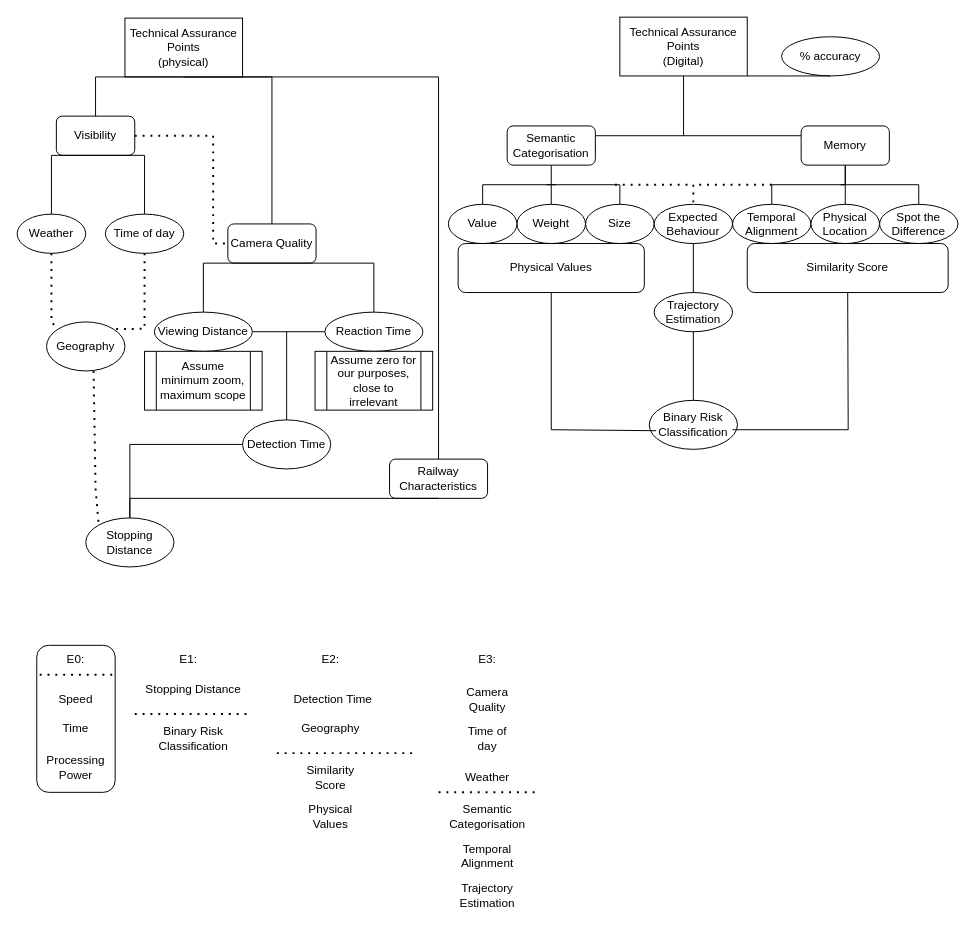
Above: SafetyTree.drawio in TortoiseFather/SimpleRailwaySim (draw.io), before the change. Source tidied: cells renumbered, new cells numbered last; positions are measured from the earlier drawing's top-left corner, leaving out a move shared by most shapes. Both pictures are drawn from the tidied source at 98%, with x=0, y=0 at pixel (17, 17).
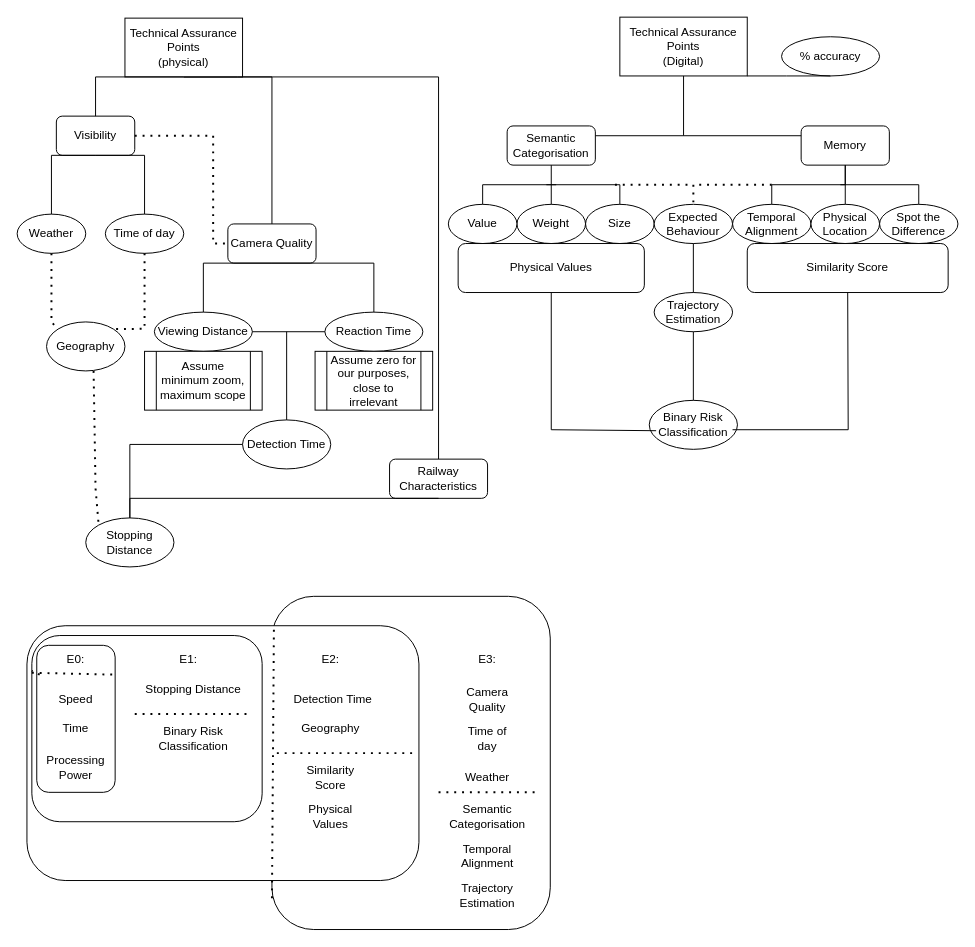
The same page after the edit.

Change to the diagram source:
```diff
@@
+    <mxCell id="84" style="rounded=1;whiteSpace=wrap;html=1;" parent="1" vertex="1">
+      <mxGeometry x="260" y="591" width="284" height="340" as="geometry" />
+    </mxCell>
+    <mxCell id="85" style="rounded=1;whiteSpace=wrap;html=1;" parent="1" vertex="1">
+      <mxGeometry x="10" y="621" width="400" height="260" as="geometry" />
+    </mxCell>
+    <mxCell id="86" style="rounded=1;whiteSpace=wrap;html=1;" parent="1" vertex="1">
+      <mxGeometry x="15" y="631" width="235" height="190" as="geometry" />
+    </mxCell>
@@
-    <mxCell id="83" style="endArrow=none;dashed=1;html=1;dashPattern=1 3;strokeWidth=2;rounded=0;exitX=0;exitY=0.2;exitDx=0;exitDy=0;exitPerimeter=0;" parent="1" edge="1">
+    <mxCell id="83" style="endArrow=none;dashed=1;html=1;dashPattern=1 3;strokeWidth=2;rounded=0;exitX=0;exitY=0.2;exitDx=0;exitDy=0;exitPerimeter=0;" parent="1" edge="1" source="86">
       <mxGeometry relative="1" as="geometry">
-        <mxPoint x="23" y="671" as="sourcePoint" />
         <mxPoint x="103" y="671" as="targetPoint" />
       </mxGeometry>
     </mxCell>
+    <mxCell id="87" style="endArrow=none;dashed=1;html=1;dashPattern=1 3;strokeWidth=2;rounded=0;exitX=0;exitY=0.2;exitDx=0;exitDy=0;exitPerimeter=0;" parent="1" edge="1" target="86">
+      <mxGeometry relative="1" as="geometry">
+        <mxPoint x="23" y="671" as="sourcePoint" />
+      </mxGeometry>
+    </mxCell>
+    <mxCell id="88" style="endArrow=none;dashed=1;html=1;dashPattern=1 3;strokeWidth=2;rounded=0;entryX=0.63;entryY=0.008;entryDx=0;entryDy=0;entryPerimeter=0;exitX=0;exitY=0.906;exitDx=0;exitDy=0;exitPerimeter=0;" parent="1" edge="1" source="84" target="85">
+      <mxGeometry relative="1" as="geometry" />
+    </mxCell>
```
